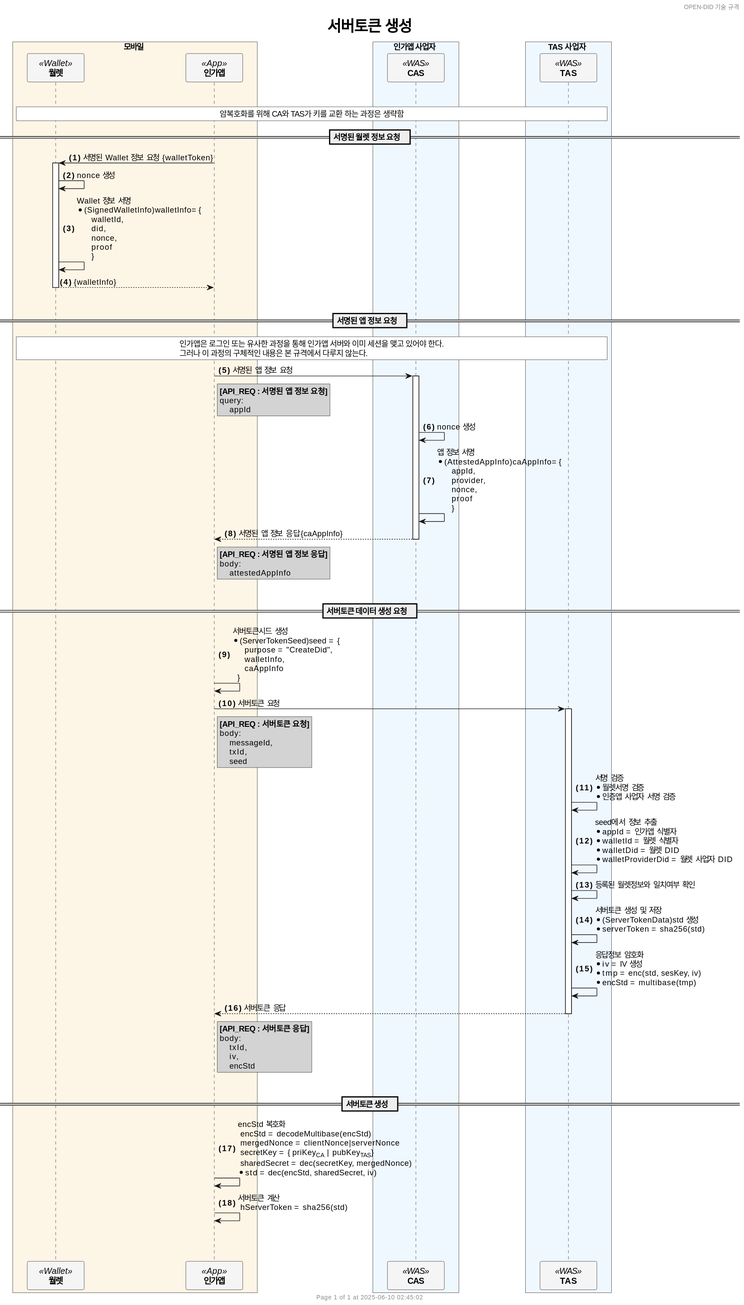
Earlier version of the PlantUML export docs/sequence/detailed/images/issue_server_token_ko.svg (OmniOneID/did-doc-architecture). The source it was exported from:
```plantuml
@startuml
header OPEN-DID 기술 규격
footer
  	Page %page% of %lastpage% at %date("yyyy-MM-dd hh:mm:ss")
end footer

title
	<size:25>서버토큰 생성</size>
end title

autonumber "<b>(#)</b>"

skinparam ParticipantPadding 20
skinparam BoxPadding 20
skinparam MaxMessageSize 500
skinparam MinClassWidth 80

box 모바일 #OldLace
    participant "**월렛**" as WALLET <<Wallet>> #WhiteSmoke
    participant "**인가앱**" as CA <<App>> #WhiteSmoke
end box

box 인가앱 사업자 #AliceBlue
    participant "**CAS**" as CAS <<WAS>> #WhiteSmoke
end box

box TAS 사업자 #AliceBlue
    participant "**TAS**" as TAS <<WAS>> #WhiteSmoke
end box

!$refdoc = "별도 문서 참조"
!$doc = "데이터명세 문서 참조"

|||

rnote across #white
    암복호화를 위해 CA와 TAS가 키를 교환 하는 과정은 생략함
end note

== 서명된 월렛 정보 요청  ==
CA -> WALLET ++ : 서명된 Wallet 정보 요청 {walletToken}
    WALLET -> WALLET: nonce 생성
    WALLET -> WALLET: Wallet 정보 서명                \n* (SignedWalletInfo)walletInfo= {                \n      walletId,                \n      did,                \n      nonce,                \n      proof                \n      }
return {walletInfo}

|||
== 서명된 앱 정보 요청  ==
rnote across #white
    인가앱은 로그인 또는 유사한 과정을 통해 인가앱 서버와 이미 세션을 맺고 있어야 한다.
    그러나 이 과정의 구체적인 내용은 본 규격에서 다루지 않는다.
end note
CA -> CAS ++ : 서명된 앱 정보 요청
rnote right of CA #LightGray
    **[API_REQ : 서명된 앱 정보 요청]**
    query:
        appId
end note
    CAS -> CAS : nonce 생성
    CAS -> CAS : 앱 정보 서명            \n* (AttestedAppInfo)caAppInfo= {            \n      appId,            \n      provider,            \n      nonce,            \n      proof            \n      }
return 서명된 앱 정보 응답{caAppInfo}
rnote right of CA #LightGray
    **[API_REQ : 서명된 앱 정보 응답]**
    body:
        attestedAppInfo
end note

|||
== 서버토큰 데이터 생성 요청  ==
CA -> CA: 서버토큰시드 생성        \n* (ServerTokenSeed)seed = {        \n     purpose = "CreateDid",        \n     walletInfo,        \n     caAppInfo        \n  }

    CA -> TAS++ : 서버토큰 요청
    rnote right of CA #LightGray
        **[API_REQ : 서버토큰 요청]**
        body:
            messageId,
            txId,
            seed
    end note

    TAS -> TAS: 서명 검증            \n* 월렛서명 검증            \n* 인증앱 사업자 서명 검증

    TAS -> TAS: seed에서 정보 추출            \n* appId = 인가앱 식별자            \n* walletId = 월렛 식별자            \n* walletDid = 월렛 DID            \n* walletProviderDid = 월렛 사업자 DID

    TAS -> TAS: 등록된 월렛정보와 일치여부 확인

    TAS -> TAS: 서버토큰 생성 및 저장            \n* (ServerTokenData)std 생성            \n* serverToken = sha256(std)

    TAS -> TAS: 응답정보 암호화            \n* iv = IV 생성            \n* tmp = enc(std, sesKey, iv)            \n* encStd = multibase(tmp)

return 서버토큰 응답
rnote right of CA #LightGray
    **[API_REQ : 서버토큰 응답]**
    body:
        txId,
        iv,
        encStd
end note

|||
== 서버토큰 생성  ==
CA -> CA: encStd 복호화    \n encStd = decodeMultibase(encStd)    \n mergedNonce = clientNonce|serverNonce    \n secretKey = { priKey<sub>CA</sub> | pubKey<sub>TAS</sub>}    \n sharedSecret = dec(secretKey, mergedNonce)    \n* std = dec(encStd, sharedSecret, iv)

CA -> CA: 서버토큰 계산    \n hServerToken = sha256(std)

|||
|||
@enduml
```
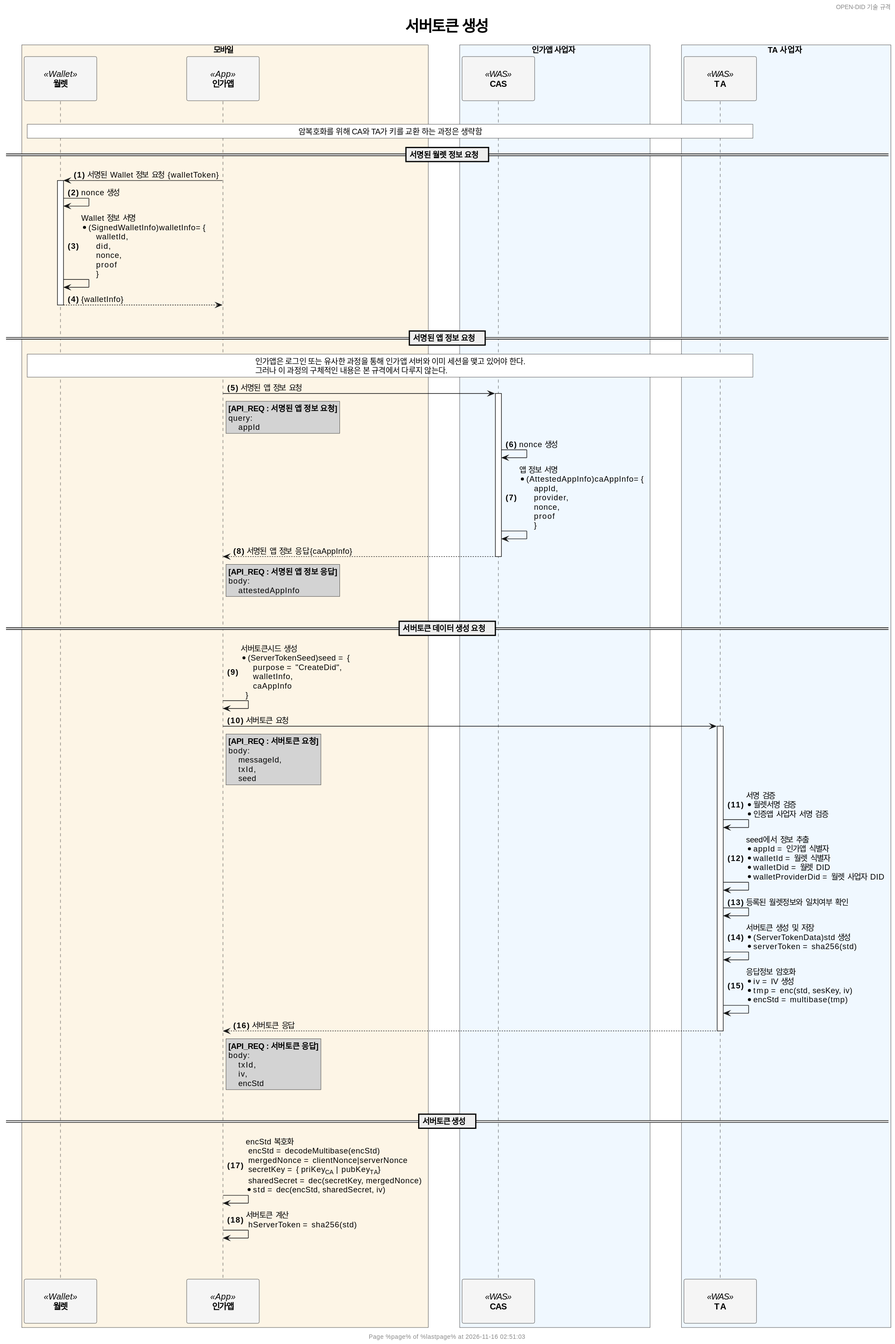
The same diagram one commit later.

The edit, as a diff of the source:
```diff
@@ -10,7 +10,11 @@
 
 autonumber "<b>(#)</b>"
 
-skinparam ParticipantPadding 20
+<style>
+participant {
+  Padding 20
+}
+</style>
 skinparam BoxPadding 20
 skinparam MaxMessageSize 500
 skinparam MinClassWidth 80
@@ -24,8 +28,8 @@
     participant "**CAS**" as CAS <<WAS>> #WhiteSmoke
 end box
 
-box TAS 사업자 #AliceBlue
-    participant "**TAS**" as TAS <<WAS>> #WhiteSmoke
+box TA 사업자 #AliceBlue
+    participant "**TA**" as TA <<WAS>> #WhiteSmoke
 end box
 
 !$refdoc = "별도 문서 참조"
@@ -34,7 +38,7 @@
 |||
 
 rnote across #white
-    암복호화를 위해 CA와 TAS가 키를 교환 하는 과정은 생략함
+    암복호화를 위해 CA와 TA가 키를 교환 하는 과정은 생략함
 end note
 
 == 서명된 월렛 정보 요청  ==
@@ -68,7 +72,7 @@
 == 서버토큰 데이터 생성 요청  ==
 CA -> CA: 서버토큰시드 생성        \n* (ServerTokenSeed)seed = {        \n     purpose = "CreateDid",        \n     walletInfo,        \n     caAppInfo        \n  }
 
-    CA -> TAS++ : 서버토큰 요청
+    CA -> TA++ : 서버토큰 요청
     rnote right of CA #LightGray
         **[API_REQ : 서버토큰 요청]**
         body:
@@ -77,15 +81,15 @@
             seed
     end note
 
-    TAS -> TAS: 서명 검증            \n* 월렛서명 검증            \n* 인증앱 사업자 서명 검증
+    TA -> TA: 서명 검증            \n* 월렛서명 검증            \n* 인증앱 사업자 서명 검증
 
-    TAS -> TAS: seed에서 정보 추출            \n* appId = 인가앱 식별자            \n* walletId = 월렛 식별자            \n* walletDid = 월렛 DID            \n* walletProviderDid = 월렛 사업자 DID
+    TA -> TA: seed에서 정보 추출            \n* appId = 인가앱 식별자            \n* walletId = 월렛 식별자            \n* walletDid = 월렛 DID            \n* walletProviderDid = 월렛 사업자 DID
 
-    TAS -> TAS: 등록된 월렛정보와 일치여부 확인
+    TA -> TA: 등록된 월렛정보와 일치여부 확인
 
-    TAS -> TAS: 서버토큰 생성 및 저장            \n* (ServerTokenData)std 생성            \n* serverToken = sha256(std)
+    TA -> TA: 서버토큰 생성 및 저장            \n* (ServerTokenData)std 생성            \n* serverToken = sha256(std)
 
-    TAS -> TAS: 응답정보 암호화            \n* iv = IV 생성            \n* tmp = enc(std, sesKey, iv)            \n* encStd = multibase(tmp)
+    TA -> TA: 응답정보 암호화            \n* iv = IV 생성            \n* tmp = enc(std, sesKey, iv)            \n* encStd = multibase(tmp)
 
 return 서버토큰 응답
 rnote right of CA #LightGray
@@ -98,7 +102,7 @@
 
 |||
 == 서버토큰 생성  ==
-CA -> CA: encStd 복호화    \n encStd = decodeMultibase(encStd)    \n mergedNonce = clientNonce|serverNonce    \n secretKey = { priKey<sub>CA</sub> | pubKey<sub>TAS</sub>}    \n sharedSecret = dec(secretKey, mergedNonce)    \n* std = dec(encStd, sharedSecret, iv)
+CA -> CA: encStd 복호화    \n encStd = decodeMultibase(encStd)    \n mergedNonce = clientNonce|serverNonce    \n secretKey = { priKey<sub>CA</sub> | pubKey<sub>TA</sub>}    \n sharedSecret = dec(secretKey, mergedNonce)    \n* std = dec(encStd, sharedSecret, iv)
 
 CA -> CA: 서버토큰 계산    \n hServerToken = sha256(std)
 
```
